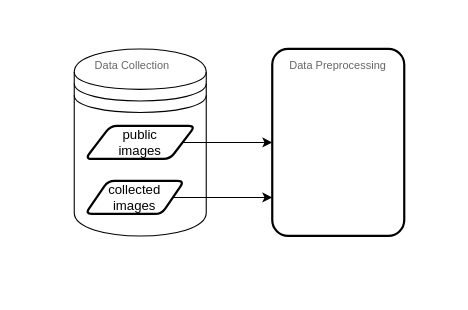
Before: Untitled Diagram.drawio in MC2114/lyft-etl-pipeline-data-engineering, a draw.io diagram. Source tidied: cells renumbered, new cells numbered last; positions are measured from the earlier drawing's top-left corner, leaving out a move shared by most shapes. Both pictures are drawn from the tidied source at 110%, with x=0, y=0 at pixel (74, 48).
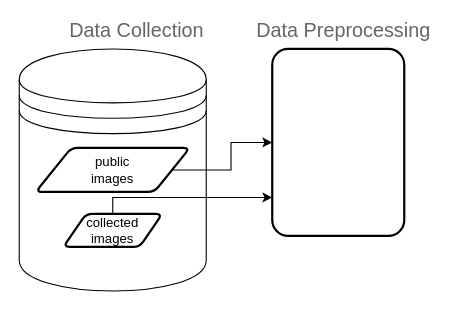
After the change.

What changed in the source:
```diff
@@
 <mxGraphModel>
   <root>
     <mxCell id="0" />
     <mxCell id="1" parent="0" />
     <mxCell id="2" style="shape=datastore;whiteSpace=wrap;html=1;" parent="1" vertex="1">
-      <mxGeometry width="120" height="170" as="geometry" />
+      <mxGeometry x="-50" width="170" height="220" as="geometry" />
     </mxCell>
     <mxCell id="3" style="edgeStyle=orthogonalEdgeStyle;rounded=0;jettySize=auto;html=1;" parent="1" edge="1" source="4" target="8">
       <mxGeometry relative="1" as="geometry" />
     </mxCell>
     <mxCell id="4" value="public&lt;div&gt;images&lt;/div&gt;" style="shape=parallelogram;html=1;strokeWidth=2;perimeter=parallelogramPerimeter;whiteSpace=wrap;rounded=1;arcSize=12;size=0.23;" parent="1" vertex="1">
-      <mxGeometry x="10" y="70" width="100" height="30" as="geometry" />
+      <mxGeometry x="-35" y="90" width="140" height="40" as="geometry" />
     </mxCell>
     <mxCell id="5" style="edgeStyle=orthogonalEdgeStyle;rounded=0;jettySize=auto;html=1;" parent="1" edge="1" source="6" target="8">
       <mxGeometry relative="1" as="geometry">
         <Array as="points">
           <mxPoint x="160" y="135" />
           <mxPoint x="160" y="135" />
         </Array>
       </mxGeometry>
     </mxCell>
     <mxCell id="6" value="collected images" style="shape=parallelogram;html=1;strokeWidth=2;perimeter=parallelogramPerimeter;whiteSpace=wrap;rounded=1;arcSize=12;size=0.23;" parent="1" vertex="1">
-      <mxGeometry x="10" y="120" width="90" height="30" as="geometry" />
+      <mxGeometry x="-10" y="150" width="90" height="30" as="geometry" />
     </mxCell>
-    <mxCell id="7" value="&lt;div style=&quot;&quot;&gt;&lt;font style=&quot;font-size: 10px;&quot;&gt;Data Collection&lt;/font&gt;&lt;/div&gt;" style="strokeWidth=1;shadow=0;dashed=0;align=center;html=1;shape=mxgraph.mockup.text.textBox;fontColor=#666666;align=left;fontSize=17;spacingLeft=4;spacingTop=-3;whiteSpace=wrap;strokeColor=none;mainText=;" parent="1" vertex="1">
-      <mxGeometry x="12.5" y="10" width="95" height="10" as="geometry" />
+    <mxCell id="7" value="&lt;div style=&quot;&quot;&gt;&lt;font style=&quot;font-size: 18px;&quot;&gt;Data Collection&lt;/font&gt;&lt;/div&gt;" style="strokeWidth=1;shadow=0;dashed=0;align=center;html=1;shape=mxgraph.mockup.text.textBox;fontColor=#666666;align=left;fontSize=17;spacingLeft=4;spacingTop=-3;whiteSpace=wrap;strokeColor=none;mainText=;" parent="1" vertex="1">
+      <mxGeometry x="-10" y="-20" width="150" height="10" as="geometry" />
     </mxCell>
     <mxCell id="8" style="whiteSpace=wrap;html=1;strokeWidth=2;rounded=1;arcSize=12;" parent="1" vertex="1">
       <mxGeometry x="180" width="120" height="170" as="geometry" />
     </mxCell>
-    <mxCell id="9" value="&lt;div style=&quot;&quot;&gt;&lt;font style=&quot;font-size: 10px;&quot;&gt;Data Preprocessing&lt;/font&gt;&lt;/div&gt;" style="strokeWidth=1;shadow=0;dashed=0;align=center;html=1;shape=mxgraph.mockup.text.textBox;fontColor=#666666;align=left;fontSize=17;spacingLeft=4;spacingTop=-3;whiteSpace=wrap;strokeColor=none;mainText=;" parent="1" vertex="1">
-      <mxGeometry x="190" y="10" width="100" height="10" as="geometry" />
+    <mxCell id="9" value="&lt;div style=&quot;&quot;&gt;&lt;font style=&quot;font-size: 18px;&quot;&gt;Data Preprocessing&lt;/font&gt;&lt;/div&gt;" style="strokeWidth=1;shadow=0;dashed=0;align=center;html=1;shape=mxgraph.mockup.text.textBox;fontColor=#666666;align=left;fontSize=17;spacingLeft=4;spacingTop=-3;whiteSpace=wrap;strokeColor=none;mainText=;" parent="1" vertex="1">
+      <mxGeometry x="160" y="-20" width="180" height="10" as="geometry" />
     </mxCell>
   </root>
 </mxGraphModel>
```
